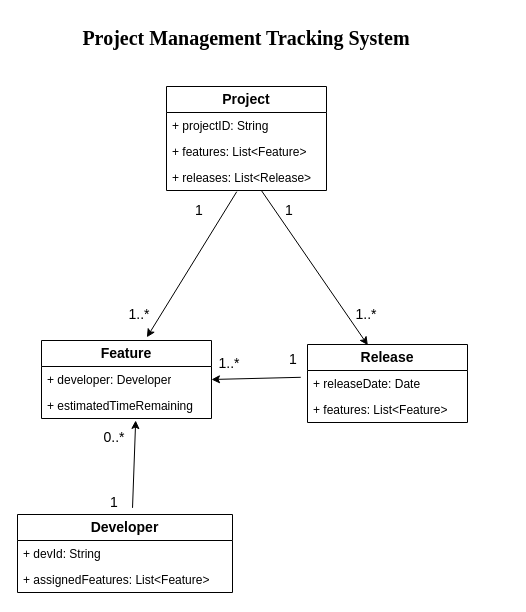
Before: page "PMS" (2 of 5) of MPP-RESOURCES/labs/lab2/uml/lab2-pms.drawio in helenapedro/CS401-20205-Pedro-HelenaMbeua, a draw.io diagram. Source tidied: cells renumbered, new cells numbered last; positions are measured from the earlier drawing's top-left corner, leaving out a move shared by most shapes. Both pictures are drawn from the tidied source at 100%, with x=0, y=0 at pixel (17, 17).
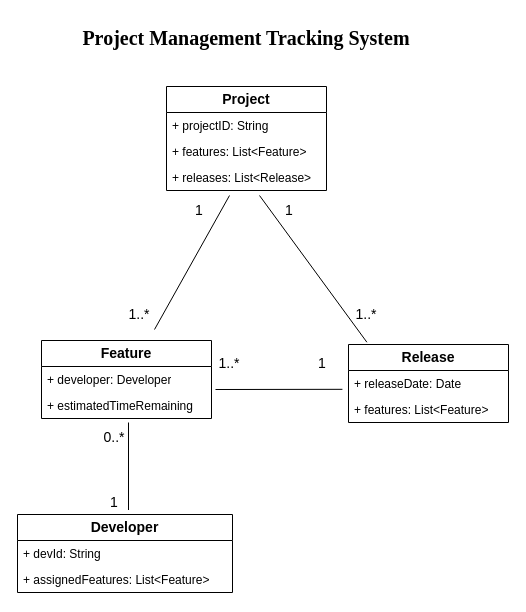
Above is the later version.

The change refers to these unchanged cells:
```xml
<mxCell id="5" value="+ releases: List&amp;lt;Release&amp;gt;" style="text;strokeColor=none;fillColor=none;align=left;verticalAlign=top;spacingLeft=4;spacingRight=4;overflow=hidden;points=[[0,0.5],[1,0.5]];portConstraint=eastwest;whiteSpace=wrap;html=1;" parent="2" vertex="1">
  <mxGeometry y="78" width="160" height="26" as="geometry" />
</mxCell>
<mxCell id="6" value="&lt;b&gt;&lt;font style=&quot;font-size: 14px;&quot;&gt;Developer&lt;/font&gt;&lt;/b&gt;" style="swimlane;fontStyle=0;horizontal=1;startSize=26;fillColor=none;whiteSpace=wrap;html=1;" parent="1" vertex="1">
  <mxGeometry y="497" width="215" height="78" as="geometry" />
</mxCell>
<mxCell id="10" value="+ releaseDate: Date" style="text;strokeColor=none;fillColor=none;align=left;verticalAlign=top;spacingLeft=4;spacingRight=4;overflow=hidden;points=[[0,0.5],[1,0.5]];portConstraint=eastwest;whiteSpace=wrap;html=1;" parent="9" vertex="1">
  <mxGeometry y="26" width="160" height="26" as="geometry" />
</mxCell>
<mxCell id="11" value="+ features: List&amp;lt;Feature&amp;gt;" style="text;strokeColor=none;fillColor=none;align=left;verticalAlign=top;spacingLeft=4;spacingRight=4;overflow=hidden;points=[[0,0.5],[1,0.5]];portConstraint=eastwest;whiteSpace=wrap;html=1;" parent="9" vertex="1">
  <mxGeometry y="52" width="160" height="26" as="geometry" />
</mxCell>
<mxCell id="12" value="&lt;b&gt;&lt;font style=&quot;font-size: 14px;&quot;&gt;Feature&lt;/font&gt;&lt;/b&gt;" style="swimlane;fontStyle=0;horizontal=1;startSize=26;fillColor=none;whiteSpace=wrap;html=1;" parent="1" vertex="1">
  <mxGeometry x="24" y="323" width="170" height="78" as="geometry" />
</mxCell>
<mxCell id="13" value="+ developer: Developer" style="text;strokeColor=none;fillColor=none;align=left;verticalAlign=top;spacingLeft=4;spacingRight=4;overflow=hidden;points=[[0,0.5],[1,0.5]];portConstraint=eastwest;whiteSpace=wrap;html=1;" parent="12" vertex="1">
  <mxGeometry y="26" width="170" height="26" as="geometry" />
</mxCell>
<mxCell id="14" value="+ estimatedTimeRemaining" style="text;strokeColor=none;fillColor=none;align=left;verticalAlign=top;spacingLeft=4;spacingRight=4;overflow=hidden;points=[[0,0.5],[1,0.5]];portConstraint=eastwest;whiteSpace=wrap;html=1;" parent="12" vertex="1">
  <mxGeometry y="52" width="170" height="26" as="geometry" />
</mxCell>
<mxCell id="19" value="&lt;font style=&quot;font-size: 14px;&quot;&gt;1&lt;/font&gt;" style="text;html=1;align=center;verticalAlign=middle;whiteSpace=wrap;rounded=0;" parent="1" vertex="1">
  <mxGeometry x="242" y="178" width="60" height="30" as="geometry" />
</mxCell>
<mxCell id="24" value="&lt;font style=&quot;font-size: 14px;&quot;&gt;1&lt;/font&gt;" style="text;html=1;align=center;verticalAlign=middle;whiteSpace=wrap;rounded=0;" parent="1" vertex="1">
  <mxGeometry x="152" y="178" width="60" height="30" as="geometry" />
</mxCell>
<mxCell id="25" value="&lt;font style=&quot;font-size: 14px;&quot;&gt;1..*&lt;/font&gt;" style="text;html=1;align=center;verticalAlign=middle;whiteSpace=wrap;rounded=0;" parent="1" vertex="1">
  <mxGeometry x="92" y="282" width="60" height="30" as="geometry" />
</mxCell>
```

What changed in the source:
```diff
@@
     <mxCell id="9" value="&lt;b&gt;&lt;font style=&quot;font-size: 14px;&quot;&gt;Release&lt;/font&gt;&lt;/b&gt;" style="swimlane;fontStyle=0;horizontal=1;startSize=26;fillColor=none;whiteSpace=wrap;html=1;" parent="1" vertex="1">
-      <mxGeometry x="290" y="327" width="160" height="78" as="geometry" />
+      <mxGeometry x="331" y="327" width="160" height="78" as="geometry" />
     </mxCell>
@@
-    <mxCell id="16" style="endArrow=classic;html=1;rounded=0;exitX=0.535;exitY=-0.085;exitDx=0;exitDy=0;exitPerimeter=0;entryX=0.554;entryY=1.077;entryDx=0;entryDy=0;entryPerimeter=0;" parent="1" edge="1" source="6" target="14">
-      <mxGeometry relative="1" as="geometry" />
-    </mxCell>
-    <mxCell id="17" style="endArrow=classic;html=1;rounded=0;exitX=0.439;exitY=1.046;exitDx=0;exitDy=0;exitPerimeter=0;entryX=0.62;entryY=-0.041;entryDx=0;entryDy=0;entryPerimeter=0;" parent="1" edge="1" source="5" target="12">
-      <mxGeometry relative="1" as="geometry" />
-    </mxCell>
-    <mxCell id="18" style="endArrow=classic;html=1;rounded=0;entryX=1;entryY=0.5;entryDx=0;entryDy=0;exitX=-0.042;exitY=0.262;exitDx=0;exitDy=0;exitPerimeter=0;" parent="1" edge="1" source="10" target="13">
-      <mxGeometry relative="1" as="geometry" />
-    </mxCell>
@@
-    <mxCell id="21" style="endArrow=classic;html=1;rounded=0;exitX=0.594;exitY=1.009;exitDx=0;exitDy=0;exitPerimeter=0;entryX=0.377;entryY=0.008;entryDx=0;entryDy=0;entryPerimeter=0;" parent="1" edge="1" source="5" target="9">
-      <mxGeometry relative="1" as="geometry" />
-    </mxCell>
@@
     <mxCell id="26" value="&lt;font style=&quot;font-size: 14px;&quot;&gt;1&lt;/font&gt;" style="text;html=1;align=center;verticalAlign=middle;whiteSpace=wrap;rounded=0;" parent="1" vertex="1">
-      <mxGeometry x="246" y="327" width="60" height="30" as="geometry" />
+      <mxGeometry x="275" y="331" width="60" height="30" as="geometry" />
     </mxCell>
@@
+    <mxCell id="28" style="endArrow=none;html=1;rounded=0;entryX=1;entryY=0;entryDx=0;entryDy=0;exitX=0.75;exitY=1;exitDx=0;exitDy=0;" parent="1" edge="1" source="25" target="24">
+      <mxGeometry relative="1" as="geometry" />
+    </mxCell>
+    <mxCell id="29" style="endArrow=none;html=1;rounded=0;entryX=0;entryY=0;entryDx=0;entryDy=0;exitX=0.115;exitY=-0.029;exitDx=0;exitDy=0;exitPerimeter=0;" parent="1" edge="1" source="9" target="19">
+      <mxGeometry relative="1" as="geometry" />
+    </mxCell>
+    <mxCell id="30" style="endArrow=none;html=1;rounded=0;entryX=-0.038;entryY=-0.276;entryDx=0;entryDy=0;entryPerimeter=0;" parent="1" edge="1" target="11">
+      <mxGeometry relative="1" as="geometry">
+        <mxPoint x="198" y="372" as="sourcePoint" />
+      </mxGeometry>
+    </mxCell>
+    <mxCell id="31" style="endArrow=none;html=1;rounded=0;entryX=1;entryY=0.25;entryDx=0;entryDy=0;exitX=1;exitY=1;exitDx=0;exitDy=0;" parent="1" edge="1">
+      <mxGeometry relative="1" as="geometry">
+        <mxPoint x="111" y="492.5" as="sourcePoint" />
+        <mxPoint x="111" y="405" as="targetPoint" />
+      </mxGeometry>
+    </mxCell>
```
